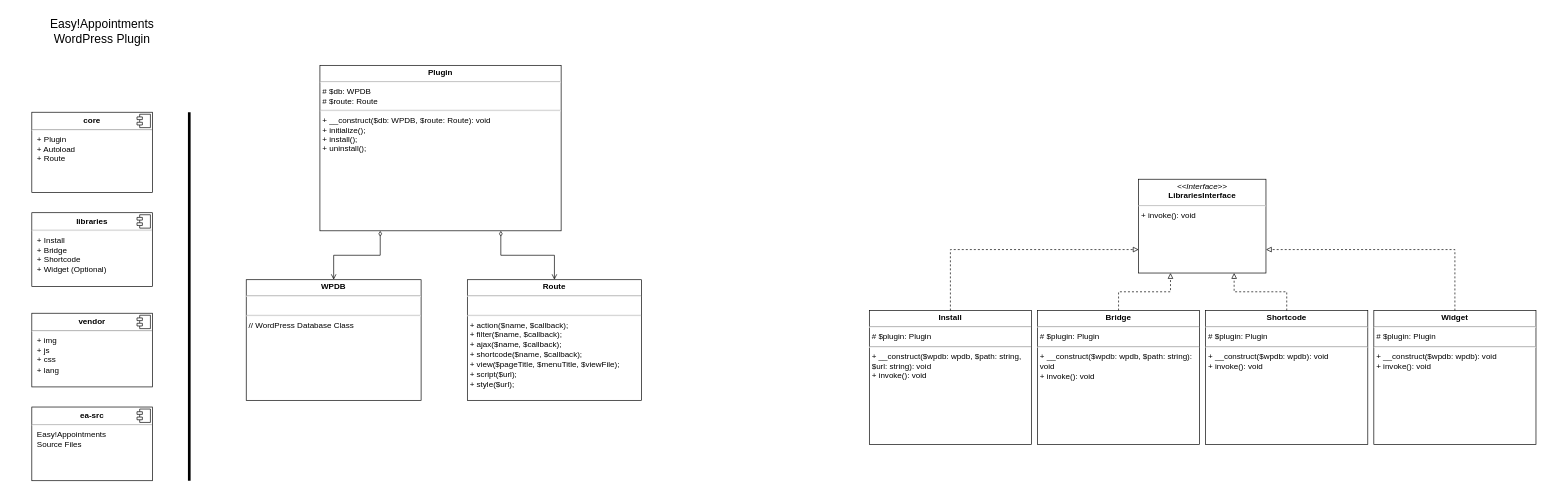
Above: doc/class-diagram.drawio.xml in alextselegidis/easyappointments-wordpress (draw.io), before the change. Source tidied: cells renumbered, new cells numbered last; positions are measured from the earlier drawing's top-left corner, leaving out a move shared by most shapes. Both pictures are drawn from the tidied source at 67%, with x=0, y=0 at pixel (11, 11).
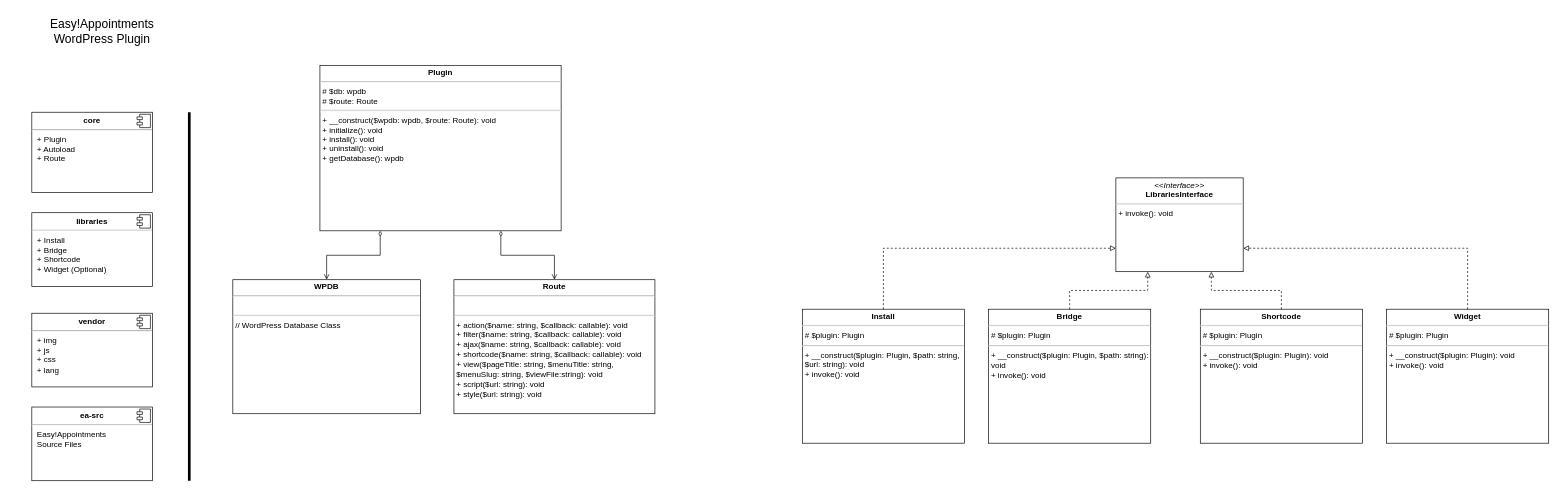
After the change.

Diff of the diagram source:
```diff
@@
-    <mxCell id="3" value="&lt;p style=&quot;margin: 0px ; margin-top: 4px ; text-align: center&quot;&gt;&lt;b&gt;Plugin&lt;/b&gt;&lt;/p&gt;&lt;hr&gt;&lt;p style=&quot;margin: 0px ; margin-left: 4px&quot;&gt;# $db: WPDB&lt;/p&gt;&lt;p style=&quot;margin: 0px ; margin-left: 4px&quot;&gt;# $route: Route&lt;/p&gt;&lt;hr&gt;&lt;p style=&quot;margin: 0px ; margin-left: 4px&quot;&gt;+ __construct($db: WPDB, $route: Route): void&lt;/p&gt;&lt;p style=&quot;margin: 0px ; margin-left: 4px&quot;&gt;+ initialize();&lt;/p&gt;&lt;p style=&quot;margin: 0px ; margin-left: 4px&quot;&gt;+ install();&lt;/p&gt;&lt;p style=&quot;margin: 0px ; margin-left: 4px&quot;&gt;+ uninstall();&lt;/p&gt;" style="verticalAlign=top;align=left;overflow=fill;fontSize=12;fontFamily=Helvetica;html=1;whiteSpace=wrap;" parent="1" vertex="1">
+    <mxCell id="3" value="&lt;p style=&quot;margin: 0px ; margin-top: 4px ; text-align: center&quot;&gt;&lt;b&gt;Plugin&lt;/b&gt;&lt;/p&gt;&lt;hr&gt;&lt;p style=&quot;margin: 0px ; margin-left: 4px&quot;&gt;# $db: wpdb&lt;/p&gt;&lt;p style=&quot;margin: 0px ; margin-left: 4px&quot;&gt;# $route: Route&lt;/p&gt;&lt;hr&gt;&lt;p style=&quot;margin: 0px ; margin-left: 4px&quot;&gt;+ __construct($wpdb: wpdb, $route: Route): void&lt;/p&gt;&lt;p style=&quot;margin: 0px ; margin-left: 4px&quot;&gt;+ initialize(): void&lt;/p&gt;&lt;p style=&quot;margin: 0px ; margin-left: 4px&quot;&gt;+ install(): void&lt;/p&gt;&lt;p style=&quot;margin: 0px ; margin-left: 4px&quot;&gt;+ uninstall(): void&lt;/p&gt;&lt;p style=&quot;margin: 0px ; margin-left: 4px&quot;&gt;+ getDatabase(): wpdb&lt;/p&gt;" style="verticalAlign=top;align=left;overflow=fill;fontSize=12;fontFamily=Helvetica;html=1;whiteSpace=wrap;" parent="1" vertex="1">
       <mxGeometry x="460" y="80" width="360" height="247" as="geometry" />
     </mxCell>
@@
-    <mxCell id="13" value="&lt;p style=&quot;margin: 0px ; margin-top: 4px ; text-align: center&quot;&gt;&lt;b&gt;Install&lt;/b&gt;&lt;/p&gt;&lt;hr&gt;&lt;p style=&quot;margin: 0px ; margin-left: 4px&quot;&gt;&lt;span style=&quot;line-height: 15.1199998855591px&quot;&gt;# $plugin: Plugin&lt;/span&gt;&lt;br&gt;&lt;/p&gt;&lt;hr&gt;&lt;p style=&quot;margin: 0px ; margin-left: 4px&quot;&gt;+ __construct($wpdb: wpdb, $path: string, $url: string): void&lt;/p&gt;&lt;p style=&quot;margin: 0px ; margin-left: 4px&quot;&gt;+ invoke(): void&lt;/p&gt;" style="verticalAlign=top;align=left;overflow=fill;fontSize=12;fontFamily=Helvetica;html=1;whiteSpace=wrap;" parent="1" vertex="1">
-      <mxGeometry x="1280" y="446" width="242" height="200" as="geometry" />
+    <mxCell id="13" value="&lt;p style=&quot;margin: 0px ; margin-top: 4px ; text-align: center&quot;&gt;&lt;b&gt;Install&lt;/b&gt;&lt;/p&gt;&lt;hr&gt;&lt;p style=&quot;margin: 0px ; margin-left: 4px&quot;&gt;&lt;span style=&quot;line-height: 15.1199998855591px&quot;&gt;# $plugin: Plugin&lt;/span&gt;&lt;br&gt;&lt;/p&gt;&lt;hr&gt;&lt;p style=&quot;margin: 0px ; margin-left: 4px&quot;&gt;+ __construct($plugin: Plugin, $path: string, $url: string): void&lt;/p&gt;&lt;p style=&quot;margin: 0px ; margin-left: 4px&quot;&gt;+ invoke(): void&lt;/p&gt;" style="verticalAlign=top;align=left;overflow=fill;fontSize=12;fontFamily=Helvetica;html=1;whiteSpace=wrap;" parent="1" vertex="1">
+      <mxGeometry x="1180" y="444" width="242" height="200" as="geometry" />
     </mxCell>
-    <mxCell id="14" value="&lt;p style=&quot;margin: 0px ; margin-top: 4px ; text-align: center&quot;&gt;&lt;b&gt;Bridge&lt;/b&gt;&lt;/p&gt;&lt;hr&gt;&lt;p style=&quot;margin: 0px ; margin-left: 4px&quot;&gt;&lt;span style=&quot;line-height: 15.1199998855591px&quot;&gt;# $plugin: Plugin&lt;/span&gt;&lt;br&gt;&lt;/p&gt;&lt;hr&gt;&lt;p style=&quot;line-height: 15.1199998855591px ; margin: 0px 0px 0px 4px&quot;&gt;+ __construct($wpdb: wpdb, $path: string): void&lt;/p&gt;&lt;p style=&quot;line-height: 15.1199998855591px ; margin: 0px 0px 0px 4px&quot;&gt;+ invoke(): void&lt;/p&gt;" style="verticalAlign=top;align=left;overflow=fill;fontSize=12;fontFamily=Helvetica;html=1;whiteSpace=wrap;" parent="1" vertex="1">
-      <mxGeometry x="1531" y="446" width="242" height="200" as="geometry" />
+    <mxCell id="14" value="&lt;p style=&quot;margin: 0px ; margin-top: 4px ; text-align: center&quot;&gt;&lt;b&gt;Bridge&lt;/b&gt;&lt;/p&gt;&lt;hr&gt;&lt;p style=&quot;margin: 0px ; margin-left: 4px&quot;&gt;&lt;span style=&quot;line-height: 15.1199998855591px&quot;&gt;# $plugin: Plugin&lt;/span&gt;&lt;br&gt;&lt;/p&gt;&lt;hr&gt;&lt;p style=&quot;line-height: 15.1199998855591px ; margin: 0px 0px 0px 4px&quot;&gt;+ __construct($plugin: Plugin, $path: string): void&lt;/p&gt;&lt;p style=&quot;line-height: 15.1199998855591px ; margin: 0px 0px 0px 4px&quot;&gt;+ invoke(): void&lt;/p&gt;" style="verticalAlign=top;align=left;overflow=fill;fontSize=12;fontFamily=Helvetica;html=1;whiteSpace=wrap;" parent="1" vertex="1">
+      <mxGeometry x="1458" y="444" width="242" height="200" as="geometry" />
     </mxCell>
     <mxCell id="15" value="&lt;p style=&quot;margin: 0px ; margin-top: 4px ; text-align: center&quot;&gt;&lt;i&gt;&amp;lt;&amp;lt;Interface&amp;gt;&amp;gt;&lt;/i&gt;&lt;br&gt;&lt;b&gt;LibrariesInterface&lt;/b&gt;&lt;/p&gt;&lt;hr&gt;&lt;p style=&quot;margin: 0px ; margin-left: 4px&quot;&gt;&lt;/p&gt;&lt;p style=&quot;margin: 0px ; margin-left: 4px&quot;&gt;&lt;span style=&quot;line-height: 1.26&quot;&gt;+ invoke(): void&lt;/span&gt;&lt;br&gt;&lt;/p&gt;&lt;p style=&quot;margin: 0px ; margin-left: 4px&quot;&gt;&lt;br&gt;&lt;/p&gt;" style="verticalAlign=top;align=left;overflow=fill;fontSize=12;fontFamily=Helvetica;html=1;" parent="1" vertex="1">
-      <mxGeometry x="1682" y="250" width="190" height="140" as="geometry" />
+      <mxGeometry x="1648" y="248" width="190" height="140" as="geometry" />
     </mxCell>
@@
-    <mxCell id="18" value="&lt;p style=&quot;margin: 0px ; margin-top: 4px ; text-align: center&quot;&gt;&lt;b&gt;Shortcode&lt;/b&gt;&lt;/p&gt;&lt;hr&gt;&lt;p style=&quot;margin: 0px ; margin-left: 4px&quot;&gt;&lt;span style=&quot;line-height: 15.1199998855591px&quot;&gt;# $plugin: Plugin&lt;/span&gt;&lt;br&gt;&lt;/p&gt;&lt;hr&gt;&lt;p style=&quot;line-height: 15.1199998855591px ; margin: 0px 0px 0px 4px&quot;&gt;+ __construct($wpdb: wpdb): void&lt;/p&gt;&lt;p style=&quot;line-height: 15.1199998855591px ; margin: 0px 0px 0px 4px&quot;&gt;+ invoke(): void&lt;/p&gt;" style="verticalAlign=top;align=left;overflow=fill;fontSize=12;fontFamily=Helvetica;html=1;whiteSpace=wrap;" parent="1" vertex="1">
-      <mxGeometry x="1782" y="446" width="242" height="200" as="geometry" />
+    <mxCell id="18" value="&lt;p style=&quot;margin: 0px ; margin-top: 4px ; text-align: center&quot;&gt;&lt;b&gt;Shortcode&lt;/b&gt;&lt;/p&gt;&lt;hr&gt;&lt;p style=&quot;margin: 0px ; margin-left: 4px&quot;&gt;&lt;span style=&quot;line-height: 15.1199998855591px&quot;&gt;# $plugin: Plugin&lt;/span&gt;&lt;br&gt;&lt;/p&gt;&lt;hr&gt;&lt;p style=&quot;line-height: 15.1199998855591px ; margin: 0px 0px 0px 4px&quot;&gt;+ __construct($plugin: Plugin): void&lt;/p&gt;&lt;p style=&quot;line-height: 15.1199998855591px ; margin: 0px 0px 0px 4px&quot;&gt;+ invoke(): void&lt;/p&gt;" style="verticalAlign=top;align=left;overflow=fill;fontSize=12;fontFamily=Helvetica;html=1;whiteSpace=wrap;" parent="1" vertex="1">
+      <mxGeometry x="1774" y="444" width="242" height="200" as="geometry" />
     </mxCell>
-    <mxCell id="19" value="&lt;p style=&quot;margin: 0px ; margin-top: 4px ; text-align: center&quot;&gt;&lt;b&gt;Widget&lt;/b&gt;&lt;/p&gt;&lt;hr&gt;&lt;p style=&quot;margin: 0px ; margin-left: 4px&quot;&gt;&lt;span style=&quot;line-height: 15.1199998855591px&quot;&gt;# $plugin: Plugin&lt;/span&gt;&lt;br&gt;&lt;/p&gt;&lt;hr&gt;&lt;p style=&quot;line-height: 15.1199998855591px ; margin: 0px 0px 0px 4px&quot;&gt;+ __construct($wpdb: wpdb): void&lt;/p&gt;&lt;p style=&quot;line-height: 15.1199998855591px ; margin: 0px 0px 0px 4px&quot;&gt;+ invoke(): void&lt;/p&gt;" style="verticalAlign=top;align=left;overflow=fill;fontSize=12;fontFamily=Helvetica;html=1;whiteSpace=wrap;" parent="1" vertex="1">
-      <mxGeometry x="2033" y="446" width="242" height="200" as="geometry" />
+    <mxCell id="19" value="&lt;p style=&quot;margin: 0px ; margin-top: 4px ; text-align: center&quot;&gt;&lt;b&gt;Widget&lt;/b&gt;&lt;/p&gt;&lt;hr&gt;&lt;p style=&quot;margin: 0px ; margin-left: 4px&quot;&gt;&lt;span style=&quot;line-height: 15.1199998855591px&quot;&gt;# $plugin: Plugin&lt;/span&gt;&lt;br&gt;&lt;/p&gt;&lt;hr&gt;&lt;p style=&quot;line-height: 15.1199998855591px ; margin: 0px 0px 0px 4px&quot;&gt;+ __construct($plugin: Plugin): void&lt;/p&gt;&lt;p style=&quot;line-height: 15.1199998855591px ; margin: 0px 0px 0px 4px&quot;&gt;+ invoke(): void&lt;/p&gt;" style="verticalAlign=top;align=left;overflow=fill;fontSize=12;fontFamily=Helvetica;html=1;whiteSpace=wrap;" parent="1" vertex="1">
+      <mxGeometry x="2052" y="444" width="242" height="200" as="geometry" />
     </mxCell>
@@
     <mxCell id="22" value="&lt;p style=&quot;margin: 0px ; margin-top: 4px ; text-align: center&quot;&gt;&lt;b&gt;WPDB&lt;/b&gt;&lt;/p&gt;&lt;hr&gt;&lt;p style=&quot;margin: 0px ; margin-left: 4px&quot;&gt;&lt;br&gt;&lt;/p&gt;&lt;hr&gt;&lt;p style=&quot;margin: 0px ; margin-left: 4px&quot;&gt;// WordPress Database Class&lt;/p&gt;&lt;p style=&quot;margin: 0px ; margin-left: 4px&quot;&gt;&lt;br&gt;&lt;/p&gt;" style="verticalAlign=top;align=left;overflow=fill;fontSize=12;fontFamily=Helvetica;html=1;whiteSpace=wrap;" parent="1" vertex="1">
-      <mxGeometry x="350" y="400" width="261" height="180" as="geometry" />
+      <mxGeometry x="330" y="400" width="280" height="200" as="geometry" />
     </mxCell>
@@
-    <mxCell id="24" value="&lt;p style=&quot;margin: 0px ; margin-top: 4px ; text-align: center&quot;&gt;&lt;b&gt;Route&lt;/b&gt;&lt;/p&gt;&lt;hr&gt;&lt;p style=&quot;margin: 0px ; margin-left: 4px&quot;&gt;&lt;br&gt;&lt;/p&gt;&lt;hr&gt;&lt;p style=&quot;margin: 0px ; margin-left: 4px&quot;&gt;+ action($name, $callback);&lt;/p&gt;&lt;p style=&quot;margin: 0px ; margin-left: 4px&quot;&gt;+ filter($name, $callback);&lt;/p&gt;&lt;p style=&quot;line-height: 15.1199998855591px ; margin: 0px 0px 0px 4px&quot;&gt;+ ajax($name, $callback);&lt;/p&gt;&lt;p style=&quot;line-height: 15.1199998855591px ; margin: 0px 0px 0px 4px&quot;&gt;+ shortcode($name, $callback);&lt;/p&gt;&lt;p style=&quot;margin: 0px ; margin-left: 4px&quot;&gt;&lt;span style=&quot;line-height: 15.1199998855591px&quot;&gt;+ view($pageTitle, $menuTitle, $viewFile);&lt;/span&gt;&lt;br&gt;&lt;/p&gt;&lt;p style=&quot;margin: 0px ; margin-left: 4px&quot;&gt;+ script($url);&amp;nbsp;&lt;/p&gt;&lt;p style=&quot;margin: 0px ; margin-left: 4px&quot;&gt;+ style($url);&lt;/p&gt;&lt;p style=&quot;margin: 0px ; margin-left: 4px&quot;&gt;&lt;br&gt;&lt;/p&gt;&lt;p style=&quot;margin: 0px ; margin-left: 4px&quot;&gt;&lt;br&gt;&lt;/p&gt;&lt;p style=&quot;margin: 0px ; margin-left: 4px&quot;&gt;&lt;br&gt;&lt;/p&gt;" style="verticalAlign=top;align=left;overflow=fill;fontSize=12;fontFamily=Helvetica;html=1;whiteSpace=wrap;" parent="1" vertex="1">
-      <mxGeometry x="680" y="400" width="260" height="180" as="geometry" />
+    <mxCell id="24" value="&lt;p style=&quot;margin: 0px ; margin-top: 4px ; text-align: center&quot;&gt;&lt;b&gt;Route&lt;/b&gt;&lt;/p&gt;&lt;hr&gt;&lt;p style=&quot;margin: 0px ; margin-left: 4px&quot;&gt;&lt;br&gt;&lt;/p&gt;&lt;hr&gt;&lt;p style=&quot;margin: 0px ; margin-left: 4px&quot;&gt;+ action($name: string, $callback: callable): void&lt;/p&gt;&lt;p style=&quot;margin: 0px ; margin-left: 4px&quot;&gt;+ filter($name: string, $callback: callable): void&lt;/p&gt;&lt;p style=&quot;line-height: 15.1199998855591px ; margin: 0px 0px 0px 4px&quot;&gt;+ ajax($name: string, $callback: callable): void&lt;/p&gt;&lt;p style=&quot;line-height: 15.1199998855591px ; margin: 0px 0px 0px 4px&quot;&gt;+ shortcode($name: string, $callback: callable): void&lt;/p&gt;&lt;p style=&quot;margin: 0px ; margin-left: 4px&quot;&gt;&lt;span style=&quot;line-height: 15.1199998855591px&quot;&gt;+ view($pageTitle: string, $menuTitle: string, $menuSlug: string, $viewFile:string): void&lt;/span&gt;&lt;br&gt;&lt;/p&gt;&lt;p style=&quot;margin: 0px ; margin-left: 4px&quot;&gt;+ script($url: string): void&lt;/p&gt;&lt;p style=&quot;margin: 0px ; margin-left: 4px&quot;&gt;+ style($url: string): void&lt;/p&gt;&lt;p style=&quot;margin: 0px ; margin-left: 4px&quot;&gt;&lt;br&gt;&lt;/p&gt;&lt;p style=&quot;margin: 0px ; margin-left: 4px&quot;&gt;&lt;br&gt;&lt;/p&gt;&lt;p style=&quot;margin: 0px ; margin-left: 4px&quot;&gt;&lt;br&gt;&lt;/p&gt;" style="verticalAlign=top;align=left;overflow=fill;fontSize=12;fontFamily=Helvetica;html=1;whiteSpace=wrap;" parent="1" vertex="1">
+      <mxGeometry x="660" y="400" width="300" height="200" as="geometry" />
     </mxCell>
```
